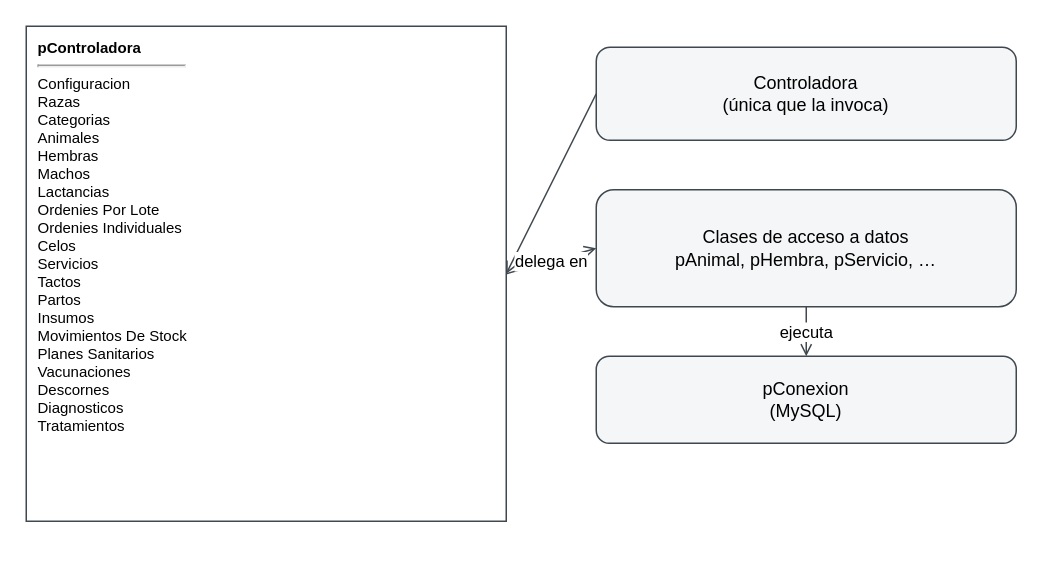
Before: docs/diagramas/persistencia-fachada.drawio in santinodelmonte/Tesis, a draw.io diagram. Source tidied: cells renumbered, new cells numbered last; positions are measured from the earlier drawing's top-left corner, leaving out a move shared by most shapes. Both pictures are drawn from the tidied source at 150%, with x=0, y=0 at pixel (26, 26).
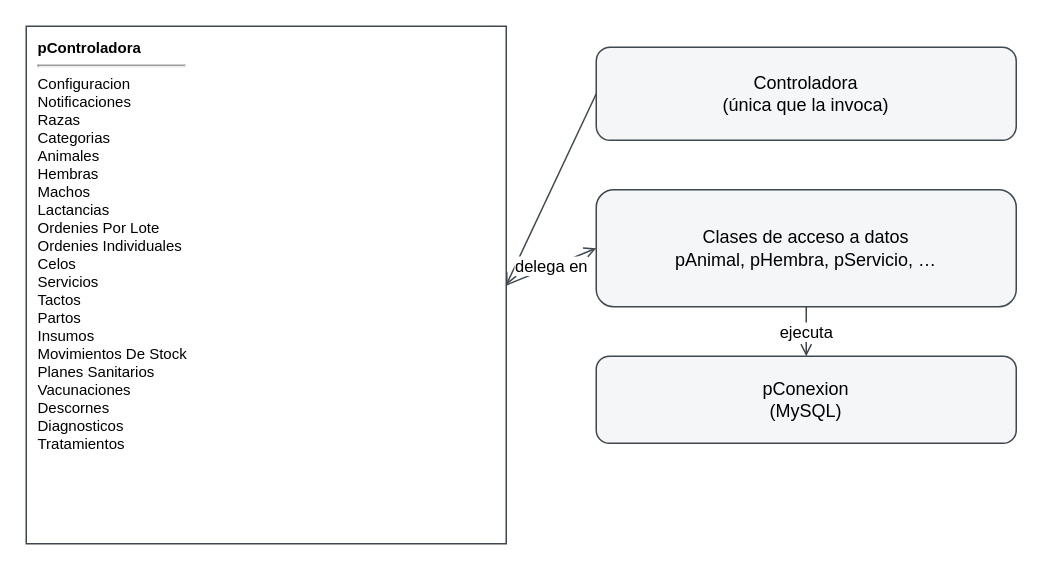
The same diagram, later.

The edit, as a diff of the source:
```diff
@@
 <mxGraphModel>
   <root>
     <mxCell id="0" />
     <mxCell id="1" parent="0" />
-    <mxCell id="2" value="&lt;b&gt;pControladora&lt;/b&gt;&lt;hr&gt;Configuracion&lt;br&gt;Razas&lt;br&gt;Categorias&lt;br&gt;Animales&lt;br&gt;Hembras&lt;br&gt;Machos&lt;br&gt;Lactancias&lt;br&gt;Ordenies Por Lote&lt;br&gt;Ordenies Individuales&lt;br&gt;Celos&lt;br&gt;Servicios&lt;br&gt;Tactos&lt;br&gt;Partos&lt;br&gt;Insumos&lt;br&gt;Movimientos De Stock&lt;br&gt;Planes Sanitarios&lt;br&gt;Vacunaciones&lt;br&gt;Descornes&lt;br&gt;Diagnosticos&lt;br&gt;Tratamientos" style="rounded=0;whiteSpace=wrap;html=1;fillColor=#ffffff;strokeColor=#40484f;align=left;verticalAlign=top;spacingLeft=6;spacingTop=2;fontSize=10;" parent="1" vertex="1">
-      <mxGeometry width="320" height="330" as="geometry" />
+    <mxCell id="2" value="&lt;b&gt;pControladora&lt;/b&gt;&lt;hr&gt;Configuracion&lt;br&gt;Notificaciones&lt;br&gt;Razas&lt;br&gt;Categorias&lt;br&gt;Animales&lt;br&gt;Hembras&lt;br&gt;Machos&lt;br&gt;Lactancias&lt;br&gt;Ordenies Por Lote&lt;br&gt;Ordenies Individuales&lt;br&gt;Celos&lt;br&gt;Servicios&lt;br&gt;Tactos&lt;br&gt;Partos&lt;br&gt;Insumos&lt;br&gt;Movimientos De Stock&lt;br&gt;Planes Sanitarios&lt;br&gt;Vacunaciones&lt;br&gt;Descornes&lt;br&gt;Diagnosticos&lt;br&gt;Tratamientos" style="rounded=0;whiteSpace=wrap;html=1;fillColor=#ffffff;strokeColor=#40484f;align=left;verticalAlign=top;spacingLeft=6;spacingTop=2;fontSize=10;" parent="1" vertex="1">
+      <mxGeometry width="320" height="345" as="geometry" />
     </mxCell>
     <mxCell id="3" value="Controladora&#10;(única que la invoca)" style="rounded=1;whiteSpace=wrap;html=1;fillColor=#f4f6f8;strokeColor=#40484f;" parent="1" vertex="1">
       <mxGeometry x="380" y="14" width="280" height="62" as="geometry" />
     </mxCell>
     <mxCell id="4" value="Clases de acceso a datos&#10;pAnimal, pHembra, pServicio, …" style="rounded=1;whiteSpace=wrap;html=1;fillColor=#f4f6f8;strokeColor=#40484f;" parent="1" vertex="1">
       <mxGeometry x="380" y="109" width="280" height="78" as="geometry" />
     </mxCell>
     <mxCell id="5" value="pConexion&#10;(MySQL)" style="rounded=1;whiteSpace=wrap;html=1;fillColor=#f4f6f8;strokeColor=#40484f;" parent="1" vertex="1">
       <mxGeometry x="380" y="220" width="280" height="58" as="geometry" />
     </mxCell>
     <mxCell id="6" style="edgeStyle=none;html=1;strokeColor=#40484f;dashed=0;endArrow=open;exitX=0;exitY=0.5;exitDx=0;exitDy=0;entryX=1;entryY=0.5;entryDx=0;entryDy=0;" parent="1" edge="1" source="3" target="2">
       <mxGeometry relative="1" as="geometry" />
     </mxCell>
     <mxCell id="7" value="delega en" style="edgeStyle=none;html=1;strokeColor=#40484f;dashed=0;endArrow=open;exitX=1;exitY=0.5;exitDx=0;exitDy=0;entryX=0;entryY=0.5;entryDx=0;entryDy=0;" parent="1" edge="1" source="2" target="4">
       <mxGeometry relative="1" as="geometry" />
     </mxCell>
     <mxCell id="8" value="ejecuta" style="edgeStyle=none;html=1;strokeColor=#40484f;dashed=0;endArrow=open;exitX=0.5;exitY=1;exitDx=0;exitDy=0;entryX=0.5;entryY=0;entryDx=0;entryDy=0;" parent="1" edge="1" source="4" target="5">
       <mxGeometry relative="1" as="geometry" />
     </mxCell>
   </root>
 </mxGraphModel>
```
